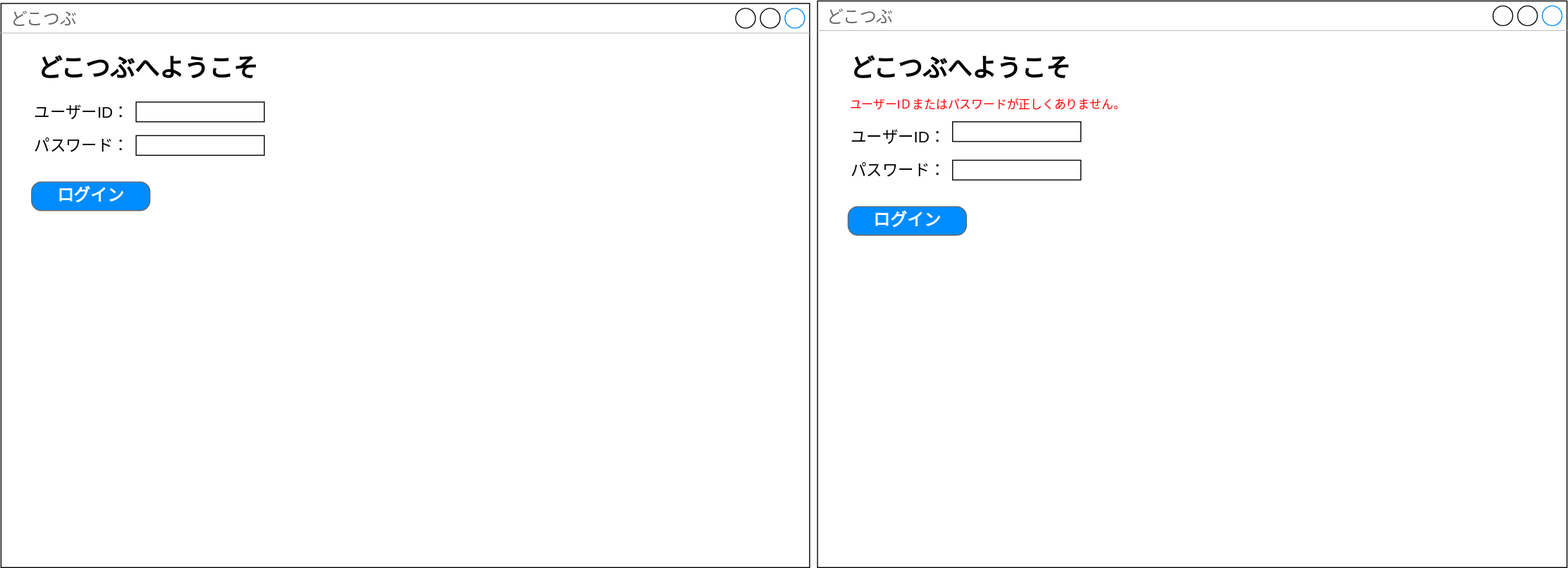
Earlier version of the draw.io export 名称未設定ファイル.drawio.svg (MiuOnishi-kc/SampleRepo). Source tidied: cells renumbered, new cells last; positions are measured from the earlier drawing's top-left corner, leaving out a move shared by most shapes.
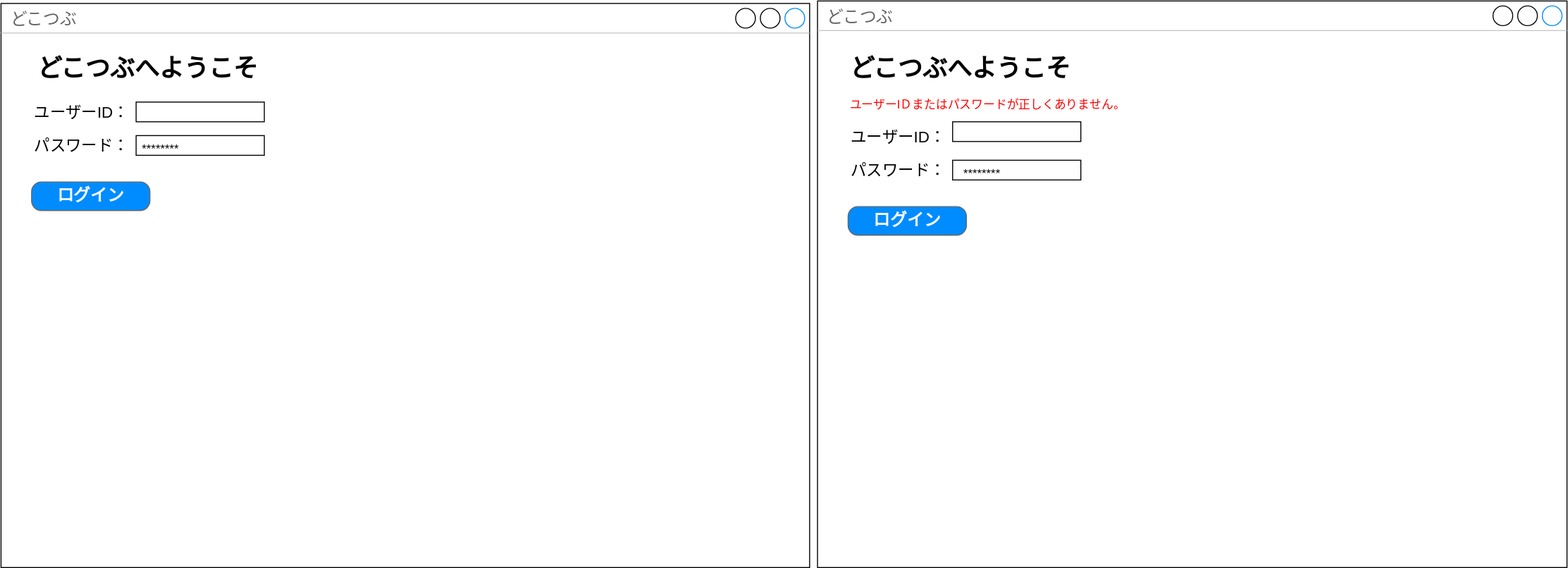
The same diagram one commit later.

Commit message:
名称未設定ファイル.drawio.svg を更新します

The edit, as a diff of the source:
```diff
@@ -47,5 +47,11 @@
     <mxCell id="16" value="ユーザーIＤまたはパスワードが正しくありません。" style="text;strokeColor=none;align=left;fillColor=none;html=1;verticalAlign=middle;whiteSpace=wrap;rounded=0;fontColor=#ff0000;" parent="1" vertex="1">
       <mxGeometry x="859" y="90" width="390" height="30" as="geometry" />
     </mxCell>
+    <mxCell id="17" value="********" style="text;strokeColor=none;align=center;fillColor=none;html=1;verticalAlign=middle;whiteSpace=wrap;rounded=0;" parent="1" vertex="1">
+      <mxGeometry x="132" y="135" width="60" height="30" as="geometry" />
+    </mxCell>
+    <mxCell id="18" value="********" style="text;strokeColor=none;align=center;fillColor=none;html=1;verticalAlign=middle;whiteSpace=wrap;rounded=0;" parent="1" vertex="1">
+      <mxGeometry x="965" y="160" width="60" height="30" as="geometry" />
+    </mxCell>
   </root>
 </mxGraphModel>
```
